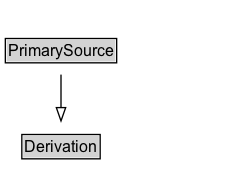
Before: docs/diagrams/PrimarySource.dot.png, a diagram exported from Graphviz (k-vaughn/ontology-import-prov). Its source is kept beside it as docs/diagrams/PrimarySource.dot.
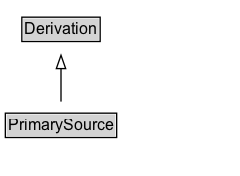
Later version of the same file.

What changed in the source:
```diff
@@ -2,6 +2,10 @@
 	graph [overlap=false rankdir=TB splines=true]
 	node [fontname=Arial fontsize=12 margin=0 shape=none]
 	edge [fontname=Arial fontsize=11]
+	{
+		rank=source
+		Derivation [label=<<TABLE BORDER="1" CELLBORDER="0" CELLSPACING="0" CELLPADDING="1"><TR><TD BGCOLOR="lightgray" ALIGN="CENTER">Derivation</TD></TR></TABLE>> URL="../Derivation" margin=0]
+	}
 	PrimarySource [label=<<TABLE BORDER="1" CELLBORDER="0" CELLSPACING="0" CELLPADDING="1"><TR><TD BGCOLOR="lightgray" ALIGN="CENTER">PrimarySource</TD></TR></TABLE>> URL="../PrimarySource" margin=0]
 	{
 		rank=max
@@ -10,6 +14,5 @@
 		label="" style=invis
 		Invis [label=<<TABLE BORDER="0" CELLBORDER="0" CELLSPACING="0" CELLPADDING="1"><TR><TD></TD></TR></TABLE>> margin=0 style=invis]
 	}
-	Derivation [label=<<TABLE BORDER="1" CELLBORDER="0" CELLSPACING="0" CELLPADDING="1"><TR><TD BGCOLOR="lightgray" ALIGN="CENTER">Derivation</TD></TR></TABLE>> URL="../Derivation" margin=0]
 	PrimarySource -> Derivation [arrowhead=onormal style=solid]
 }
```
